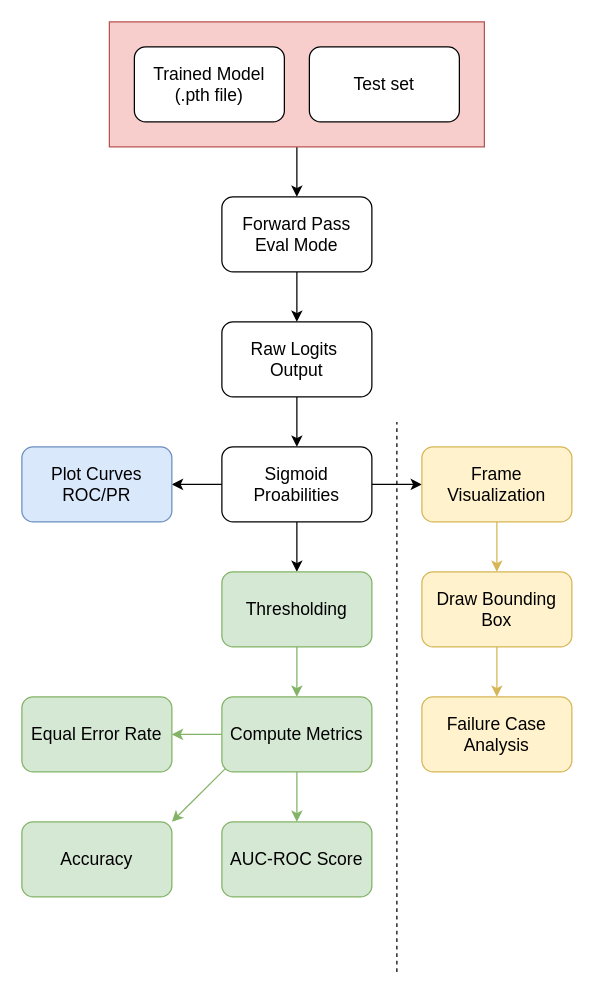
This is DeepfakeEvaluation.drawio from lukas0173/Draw.io, a draw.io file, before an edit. Source tidied: cells renumbered, new cells numbered last; positions are measured from the earlier drawing's top-left corner, leaving out a move shared by most shapes. Both pictures are drawn from the tidied source at 125%, with x=0, y=0 at pixel (21, 21).
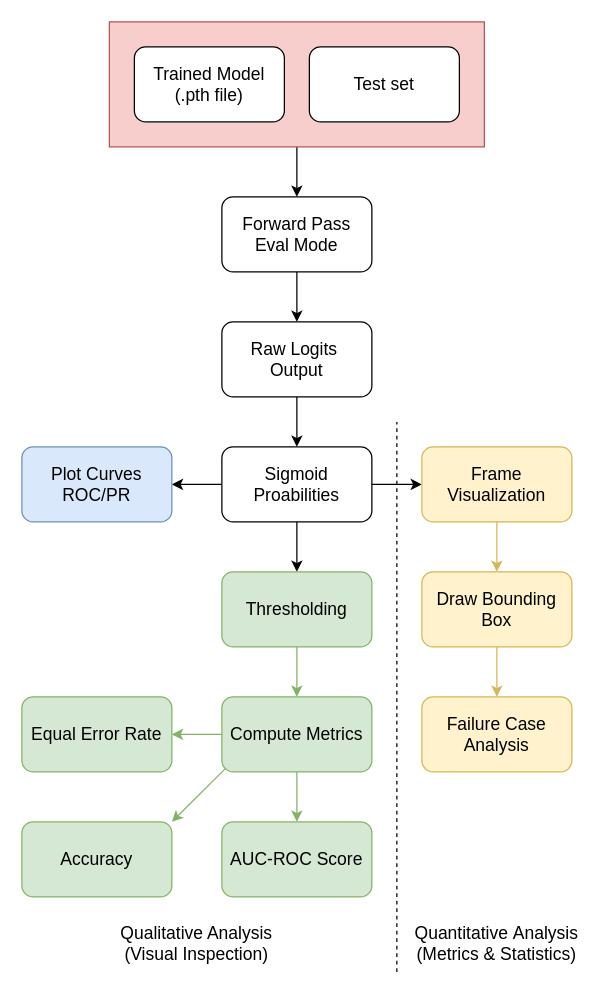
The same page after the edit.

The edit, as a diff of the source:
```diff
@@
+    <mxCell id="30" value="Quantitative&amp;nbsp;&lt;span style=&quot;background-color: transparent; color: light-dark(rgb(0, 0, 0), rgb(255, 255, 255));&quot;&gt;Analysis&lt;/span&gt;&lt;div&gt;(Metrics &amp;amp; Statistics)&lt;/div&gt;" style="text;html=1;whiteSpace=wrap;strokeColor=none;fillColor=none;align=center;verticalAlign=middle;rounded=0;fontSize=14;" parent="1" vertex="1">
+      <mxGeometry x="310" y="722" width="140" height="30" as="geometry" />
+    </mxCell>
+    <mxCell id="31" value="Qualitative Analysis&lt;div&gt;(Visual Inspection)&lt;/div&gt;" style="text;html=1;whiteSpace=wrap;strokeColor=none;fillColor=none;align=center;verticalAlign=middle;rounded=0;fontSize=14;" parent="1" vertex="1">
+      <mxGeometry x="70" y="722" width="140" height="30" as="geometry" />
+    </mxCell>
```
